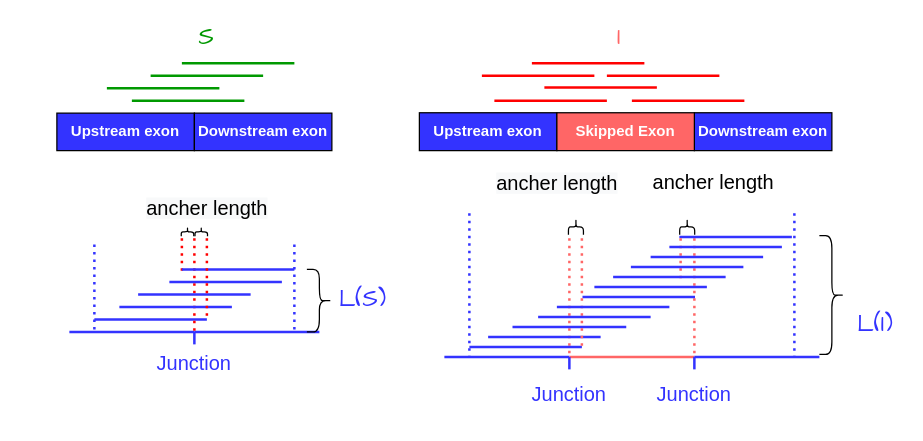
This is effective length.drawio from zyz-hust/Image-from-drawio, a draw.io file, before an edit. Source tidied: cells renumbered, new cells numbered last; positions are measured from the earlier drawing's top-left corner, leaving out a move shared by most shapes. Both pictures are drawn from the tidied source at 125%, with x=0, y=0 at pixel (56, 25).
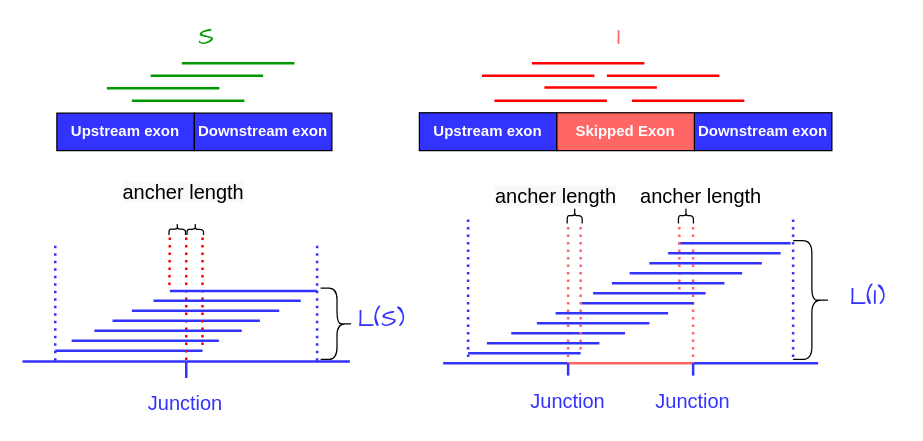
The same diagram, later.

Change to the diagram source:
```diff
@@
     <mxCell id="2" style="group;" parent="1" vertex="1">
-      <mxGeometry x="10" y="125" width="210" height="155" as="geometry" />
+      <mxGeometry x="-27.5" y="110" width="275" height="205" as="geometry" />
     </mxCell>
     <mxCell id="3" style="endArrow=none;dashed=1;html=1;dashPattern=1 2;strokeWidth=2;fontSize=16;fontColor=#3333FF;strokeColor=#FF0000;" parent="2" edge="1">
       <mxGeometry relative="1" as="geometry">
-        <mxPoint x="90" y="45" as="sourcePoint" />
-        <mxPoint x="90" y="71" as="targetPoint" />
+        <mxPoint x="117.9" y="59.5" as="sourcePoint" />
+        <mxPoint x="117.5" y="100" as="targetPoint" />
       </mxGeometry>
     </mxCell>
     <mxCell id="4" style="endArrow=none;html=1;strokeWidth=2;fontColor=#3333FF;strokeColor=#3333FF;" parent="2" edge="1">
       <mxGeometry relative="1" as="geometry">
-        <mxPoint y="120" as="sourcePoint" />
-        <mxPoint x="100" y="120" as="targetPoint" />
+        <mxPoint y="158.7" as="sourcePoint" />
+        <mxPoint x="131" y="158.7" as="targetPoint" />
       </mxGeometry>
     </mxCell>
     <mxCell id="5" style="endArrow=none;html=1;strokeWidth=2;strokeColor=#3333FF;" parent="2" edge="1">
       <mxGeometry relative="1" as="geometry">
-        <mxPoint x="100" y="120" as="sourcePoint" />
-        <mxPoint x="200" y="120" as="targetPoint" />
+        <mxPoint x="131" y="158.7" as="sourcePoint" />
+        <mxPoint x="261.9" y="158.7" as="targetPoint" />
       </mxGeometry>
     </mxCell>
     <mxCell id="6" style="endArrow=none;html=1;strokeWidth=2;strokeColor=#3333FF;" parent="2" edge="1">
       <mxGeometry relative="1" as="geometry">
-        <mxPoint x="100" y="130" as="sourcePoint" />
-        <mxPoint x="100" y="120" as="targetPoint" />
+        <mxPoint x="131" y="171.9" as="sourcePoint" />
+        <mxPoint x="131" y="158.7" as="targetPoint" />
       </mxGeometry>
     </mxCell>
     <mxCell id="7" value="Junction" style="text;html=1;strokeColor=none;fillColor=none;align=center;verticalAlign=middle;whiteSpace=wrap;rounded=0;fontColor=#3333FF;fontSize=16;" parent="2" vertex="1">
-      <mxGeometry x="80" y="135" width="40" height="20" as="geometry" />
+      <mxGeometry x="104.8" y="178.5" width="52.4" height="26.5" as="geometry" />
     </mxCell>
     <mxCell id="8" style="endArrow=none;html=1;strokeColor=#3333FF;strokeWidth=2;fontSize=16;fontColor=#3333FF;" parent="2" edge="1">
       <mxGeometry relative="1" as="geometry">
-        <mxPoint x="20" y="110" as="sourcePoint" />
-        <mxPoint x="110" y="110" as="targetPoint" />
+        <mxPoint x="26.2" y="150" as="sourcePoint" />
+        <mxPoint x="144" y="150" as="targetPoint" />
       </mxGeometry>
     </mxCell>
     <mxCell id="9" style="endArrow=none;dashed=1;html=1;dashPattern=1 2;strokeWidth=2;fontSize=16;fontColor=#3333FF;strokeColor=#FF0000;" parent="2" edge="1">
       <mxGeometry relative="1" as="geometry">
-        <mxPoint x="100" y="45" as="sourcePoint" />
-        <mxPoint x="100" y="120" as="targetPoint" />
+        <mxPoint x="131" y="59.5" as="sourcePoint" />
+        <mxPoint x="131" y="158.7" as="targetPoint" />
       </mxGeometry>
     </mxCell>
     <mxCell id="10" style="endArrow=none;html=1;strokeWidth=2;fontSize=16;fontColor=#3333FF;strokeColor=#3333FF;" parent="2" edge="1">
       <mxGeometry relative="1" as="geometry">
-        <mxPoint x="90" y="70" as="sourcePoint" />
-        <mxPoint x="180" y="70" as="targetPoint" />
+        <mxPoint x="87.5" y="118" as="sourcePoint" />
+        <mxPoint x="205.4" y="118" as="targetPoint" />
       </mxGeometry>
     </mxCell>
     <mxCell id="11" style="endArrow=none;html=1;strokeColor=#3333FF;strokeWidth=2;fontSize=16;fontColor=#3333FF;" parent="2" edge="1">
       <mxGeometry relative="1" as="geometry">
-        <mxPoint x="40" y="100" as="sourcePoint" />
-        <mxPoint x="130" y="100" as="targetPoint" />
+        <mxPoint x="39.3" y="142" as="sourcePoint" />
+        <mxPoint x="157.1" y="142" as="targetPoint" />
       </mxGeometry>
     </mxCell>
     <mxCell id="12" style="endArrow=none;html=1;strokeColor=#3333FF;strokeWidth=2;fontSize=16;fontColor=#3333FF;" parent="2" edge="1">
       <mxGeometry relative="1" as="geometry">
-        <mxPoint x="55" y="90" as="sourcePoint" />
-        <mxPoint x="145" y="90" as="targetPoint" />
+        <mxPoint x="57.5" y="134" as="sourcePoint" />
+        <mxPoint x="175.4" y="134" as="targetPoint" />
       </mxGeometry>
     </mxCell>
     <mxCell id="13" style="endArrow=none;html=1;strokeWidth=2;fontSize=16;fontColor=#3333FF;strokeColor=#3333FF;" parent="2" edge="1">
       <mxGeometry relative="1" as="geometry">
-        <mxPoint x="80" y="80" as="sourcePoint" />
-        <mxPoint x="170" y="80" as="targetPoint" />
+        <mxPoint x="72" y="126" as="sourcePoint" />
+        <mxPoint x="189.9" y="126" as="targetPoint" />
       </mxGeometry>
     </mxCell>
     <mxCell id="14" style="endArrow=none;dashed=1;html=1;dashPattern=1 2;strokeWidth=2;fontSize=16;fontColor=#3333FF;strokeColor=#3333FF;" parent="2" edge="1">
       <mxGeometry relative="1" as="geometry">
-        <mxPoint x="20" y="50" as="sourcePoint" />
-        <mxPoint x="20" y="120" as="targetPoint" />
+        <mxPoint x="26.2" y="66.1" as="sourcePoint" />
+        <mxPoint x="26.2" y="158.7" as="targetPoint" />
       </mxGeometry>
     </mxCell>
     <mxCell id="15" style="endArrow=none;dashed=1;html=1;dashPattern=1 2;strokeWidth=2;fontSize=16;fontColor=#3333FF;strokeColor=#3333FF;" parent="2" edge="1">
       <mxGeometry relative="1" as="geometry">
-        <mxPoint x="180" y="50" as="sourcePoint" />
-        <mxPoint x="180" y="120" as="targetPoint" />
+        <mxPoint x="235.7" y="66.1" as="sourcePoint" />
+        <mxPoint x="235.7" y="158.7" as="targetPoint" />
       </mxGeometry>
     </mxCell>
     <mxCell id="16" style="endArrow=none;dashed=1;html=1;dashPattern=1 2;strokeWidth=2;fontSize=16;fontColor=#3333FF;strokeColor=#FF0000;" parent="2" edge="1">
       <mxGeometry relative="1" as="geometry">
-        <mxPoint x="110" y="45" as="sourcePoint" />
-        <mxPoint x="110" y="111" as="targetPoint" />
+        <mxPoint x="144" y="59.5" as="sourcePoint" />
+        <mxPoint x="144" y="146.8" as="targetPoint" />
       </mxGeometry>
     </mxCell>
     <mxCell id="17" style="shape=curlyBracket;whiteSpace=wrap;html=1;rounded=1;fillColor=none;fontSize=16;fontColor=#3333FF;rotation=90;" parent="2" vertex="1">
-      <mxGeometry x="91" y="35" width="7" height="10" as="geometry" />
+      <mxGeometry x="119.2" y="46.3" width="9.2" height="13.2" as="geometry" />
     </mxCell>
     <mxCell id="18" style="shape=curlyBracket;whiteSpace=wrap;html=1;rounded=1;fillColor=none;fontSize=16;fontColor=#3333FF;rotation=90;" parent="2" vertex="1">
-      <mxGeometry x="102" y="35" width="7" height="10" as="geometry" />
+      <mxGeometry x="133.6" y="46.3" width="9.2" height="13.2" as="geometry" />
     </mxCell>
     <mxCell id="19" style="shape=curlyBracket;whiteSpace=wrap;html=1;rounded=1;fillColor=none;fontSize=16;fontColor=#3333FF;rotation=-180;" parent="2" vertex="1">
-      <mxGeometry x="190" y="70" width="20" height="50" as="geometry" />
+      <mxGeometry x="238.5" y="100" width="26.2" height="57" as="geometry" />
     </mxCell>
     <mxCell id="20" value="&lt;span style=&quot;color: rgb(0, 0, 0); font-family: helvetica; font-size: 16px; font-style: normal; font-weight: normal; letter-spacing: normal; text-align: center; text-indent: 0px; text-transform: none; word-spacing: 0px; background-color: rgb(248, 249, 250); text-decoration: none; display: inline; float: none;&quot;&gt;ancher length&lt;/span&gt;" style="text;whiteSpace=wrap;html=1;" parent="2" vertex="1">
-      <mxGeometry x="60" y="5" width="120" height="30" as="geometry" />
+      <mxGeometry x="78.6" y="6.6" width="157.1" height="39.7" as="geometry" />
     </mxCell>
+    <mxCell id="75" style="endArrow=none;html=1;strokeWidth=2;fontSize=16;fontColor=#3333FF;strokeColor=#3333FF;" parent="2" edge="1">
+      <mxGeometry relative="1" as="geometry">
+        <mxPoint x="104.8" y="110" as="sourcePoint" />
+        <mxPoint x="222.6" y="110" as="targetPoint" />
+      </mxGeometry>
+    </mxCell>
+    <mxCell id="76" style="endArrow=none;html=1;strokeWidth=2;fontSize=16;fontColor=#3333FF;strokeColor=#3333FF;" parent="2" edge="1">
+      <mxGeometry relative="1" as="geometry">
+        <mxPoint x="117.9" y="102.2" as="sourcePoint" />
+        <mxPoint x="235.7" y="102.2" as="targetPoint" />
+      </mxGeometry>
+    </mxCell>
@@
+    <mxCell id="71" value="&lt;font style=&quot;font-size: 19px&quot; face=&quot;Comic Sans MS&quot; color=&quot;#3333ff&quot;&gt;L(S)&lt;/font&gt;" style="text;html=1;strokeColor=none;fillColor=none;align=center;verticalAlign=middle;whiteSpace=wrap;rounded=0;" parent="1" vertex="1">
+      <mxGeometry x="240" y="225.5" width="40" height="20" as="geometry" />
+    </mxCell>
+    <mxCell id="77" style="group;" parent="1" vertex="1">
+      <mxGeometry x="309" y="115" width="360" height="195" as="geometry" />
+    </mxCell>
-    <mxCell id="42" style="group;" parent="1" vertex="1">
-      <mxGeometry x="310" y="145" width="300" height="160" as="geometry" />
+    <mxCell id="42" style="group;" parent="77" vertex="1">
+      <mxGeometry y="35" width="310" height="160" as="geometry" />
     </mxCell>
@@
     <mxCell id="46" style="endArrow=none;dashed=1;html=1;dashPattern=1 2;strokeWidth=2;fontSize=16;fontColor=#3333FF;strokeColor=#FF6666;" parent="42" edge="1">
       <mxGeometry relative="1" as="geometry">
-        <mxPoint x="100" y="25" as="sourcePoint" />
+        <mxPoint x="100" y="11" as="sourcePoint" />
         <mxPoint x="100" y="120" as="targetPoint" />
       </mxGeometry>
     </mxCell>
     <mxCell id="47" style="endArrow=none;dashed=1;html=1;dashPattern=1 2;strokeWidth=2;fontSize=16;fontColor=#3333FF;strokeColor=#FF6666;" parent="42" edge="1">
       <mxGeometry relative="1" as="geometry">
-        <mxPoint x="200" y="25" as="sourcePoint" />
+        <mxPoint x="200" y="11" as="sourcePoint" />
         <mxPoint x="200" y="120" as="targetPoint" />
       </mxGeometry>
     </mxCell>
@@
     <mxCell id="59" style="endArrow=none;dashed=1;html=1;dashPattern=1 2;strokeWidth=2;fontSize=16;fontColor=#3333FF;strokeColor=#FF6666;" parent="42" edge="1">
       <mxGeometry relative="1" as="geometry">
-        <mxPoint x="189" y="25" as="sourcePoint" />
+        <mxPoint x="189" y="11" as="sourcePoint" />
         <mxPoint x="189" y="61" as="targetPoint" />
       </mxGeometry>
     </mxCell>
     <mxCell id="60" style="shape=curlyBracket;whiteSpace=wrap;html=1;rounded=1;fillColor=none;fontSize=16;fontColor=#3333FF;rotation=90;" parent="42" vertex="1">
-      <mxGeometry x="188" y="10" width="12.5" height="12" as="geometry" />
+      <mxGeometry x="188" y="-4" width="12.5" height="12" as="geometry" />
     </mxCell>
     <mxCell id="61" style="endArrow=none;dashed=1;html=1;dashPattern=1 2;strokeWidth=2;fontSize=16;fontColor=#3333FF;strokeColor=#FF6666;" parent="42" edge="1">
       <mxGeometry relative="1" as="geometry">
-        <mxPoint x="110" y="25" as="sourcePoint" />
+        <mxPoint x="110" y="11" as="sourcePoint" />
         <mxPoint x="110" y="111" as="targetPoint" />
       </mxGeometry>
     </mxCell>
     <mxCell id="62" style="shape=curlyBracket;whiteSpace=wrap;html=1;rounded=1;fillColor=none;fontSize=16;fontColor=#3333FF;rotation=90;" parent="42" vertex="1">
-      <mxGeometry x="99" y="10" width="12.5" height="12" as="geometry" />
+      <mxGeometry x="99" y="-4" width="12.5" height="12" as="geometry" />
     </mxCell>
@@
+    <mxCell id="72" style="shape=curlyBracket;whiteSpace=wrap;html=1;rounded=1;fillColor=none;fontSize=16;fontColor=#3333FF;rotation=-180;size=0.5;" parent="42" vertex="1">
+      <mxGeometry x="280" y="22" width="30" height="95" as="geometry" />
+    </mxCell>
-    <mxCell id="70" value="&lt;span style=&quot;color: rgb(0, 0, 0); font-family: helvetica; font-size: 16px; font-style: normal; font-weight: normal; letter-spacing: normal; text-align: center; text-indent: 0px; text-transform: none; word-spacing: 0px; background-color: rgb(248, 249, 250); text-decoration: none; display: inline; float: none;&quot;&gt;ancher length&lt;/span&gt;" style="text;whiteSpace=wrap;html=1;" parent="1" vertex="1">
-      <mxGeometry x="350" y="110" width="120" height="30" as="geometry" />
+    <mxCell id="70" value="&lt;span style=&quot;color: rgb(0, 0, 0); font-family: helvetica; font-size: 16px; font-style: normal; font-weight: normal; letter-spacing: normal; text-align: center; text-indent: 0px; text-transform: none; word-spacing: 0px; background-color: rgb(248, 249, 250); text-decoration: none; display: inline; float: none;&quot;&gt;ancher length&lt;/span&gt;" style="text;whiteSpace=wrap;html=1;" parent="77" vertex="1">
+      <mxGeometry x="40" y="5" width="120" height="30" as="geometry" />
     </mxCell>
-    <mxCell id="71" value="&lt;font style=&quot;font-size: 19px&quot; face=&quot;Comic Sans MS&quot; color=&quot;#3333ff&quot;&gt;L(S)&lt;/font&gt;" style="text;html=1;strokeColor=none;fillColor=none;align=center;verticalAlign=middle;whiteSpace=wrap;rounded=0;" parent="1" vertex="1">
-      <mxGeometry x="225" y="210" width="40" height="20" as="geometry" />
-    </mxCell>
-    <mxCell id="72" style="shape=curlyBracket;whiteSpace=wrap;html=1;rounded=1;fillColor=none;fontSize=16;fontColor=#3333FF;rotation=-180;size=0.5;" parent="1" vertex="1">
-      <mxGeometry x="610" y="168" width="20" height="95" as="geometry" />
-    </mxCell>
-    <mxCell id="73" value="&lt;font style=&quot;font-size: 19px&quot; face=&quot;Comic Sans MS&quot; color=&quot;#3333ff&quot;&gt;L(I)&lt;/font&gt;" style="text;html=1;strokeColor=none;fillColor=none;align=center;verticalAlign=middle;whiteSpace=wrap;rounded=0;" parent="1" vertex="1">
-      <mxGeometry x="635" y="230" width="40" height="20" as="geometry" />
+    <mxCell id="73" value="&lt;font style=&quot;font-size: 19px&quot; face=&quot;Comic Sans MS&quot; color=&quot;#3333ff&quot;&gt;L(I)&lt;/font&gt;" style="text;html=1;strokeColor=none;fillColor=none;align=center;verticalAlign=middle;whiteSpace=wrap;rounded=0;" parent="77" vertex="1">
+      <mxGeometry x="320" y="92.5" width="40" height="20" as="geometry" />
     </mxCell>
-    <mxCell id="74" value="&lt;font style=&quot;font-size: 16px&quot;&gt;ancher length&lt;/font&gt;" style="text;html=1;strokeColor=none;fillColor=none;align=center;verticalAlign=middle;whiteSpace=wrap;rounded=0;" parent="1" vertex="1">
-      <mxGeometry x="470" y="115" width="110.8" height="20" as="geometry" />
+    <mxCell id="74" value="&lt;font style=&quot;font-size: 16px&quot;&gt;ancher length&lt;/font&gt;" style="text;html=1;strokeColor=none;fillColor=none;align=center;verticalAlign=middle;whiteSpace=wrap;rounded=0;" parent="77" vertex="1">
+      <mxGeometry x="151" y="11" width="110.8" height="20" as="geometry" />
     </mxCell>
```
